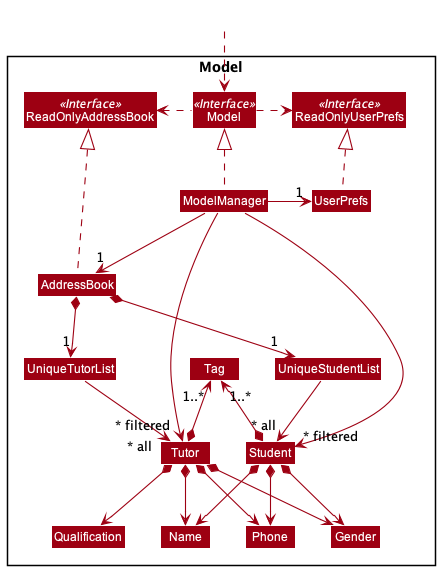
This is docs/images/ModelClassDiagram.png from tenebrius1/tp, a PlantUML export, as it was before one commit.
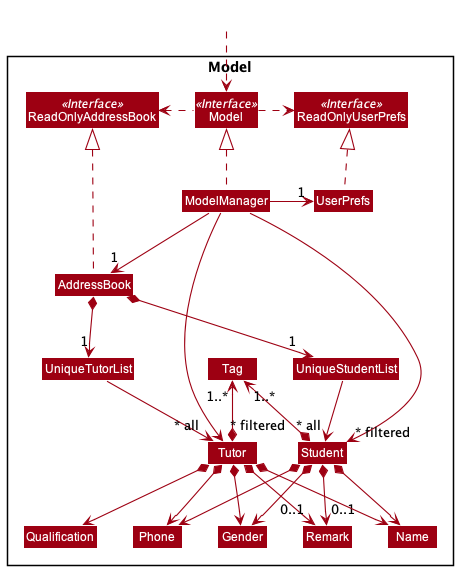
Later version of the same file.

Commit message:
Update DG Model diagrams with Remark

What changed in the source:
```diff
@@ -24,6 +24,7 @@
 Class Tutor
 Class Name
 Class Phone
+Class Remark
 Class Tag
 
 }
@@ -45,6 +46,7 @@
 Student *--> Name
 Student *--> Phone
 Student *--> Gender
+Student *--> "0..1" Remark
 Student *-up-> "1..*" Tag
 
 AddressBook *--> "1" UniqueTutorList
@@ -53,6 +55,7 @@
 Tutor *--> Phone
 Tutor *--> Gender
 Tutor *--> Qualification
+Tutor *--> "0..1" Remark
 Tutor *-up-> "1..*" Tag
 
 Tutor -[hidden]right-> Student
```
